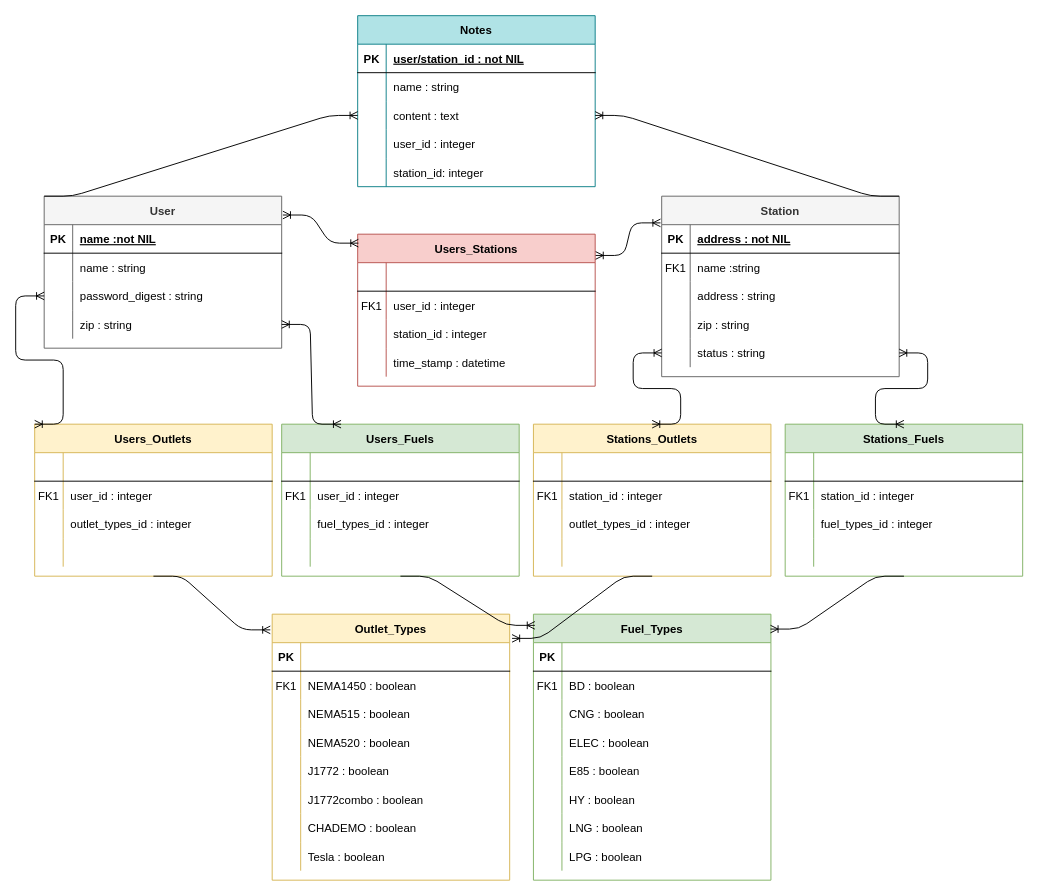
The draw.io diagram Untitled Diagram.drawio in dbrandt1990/Alt_Fuel_Stations_DVB, before the edit. Source tidied: cells renumbered, new cells numbered last; positions are measured from the earlier drawing's top-left corner, leaving out a move shared by most shapes. Both pictures are drawn from the tidied source at 95%, with x=0, y=0 at pixel (34, 15).
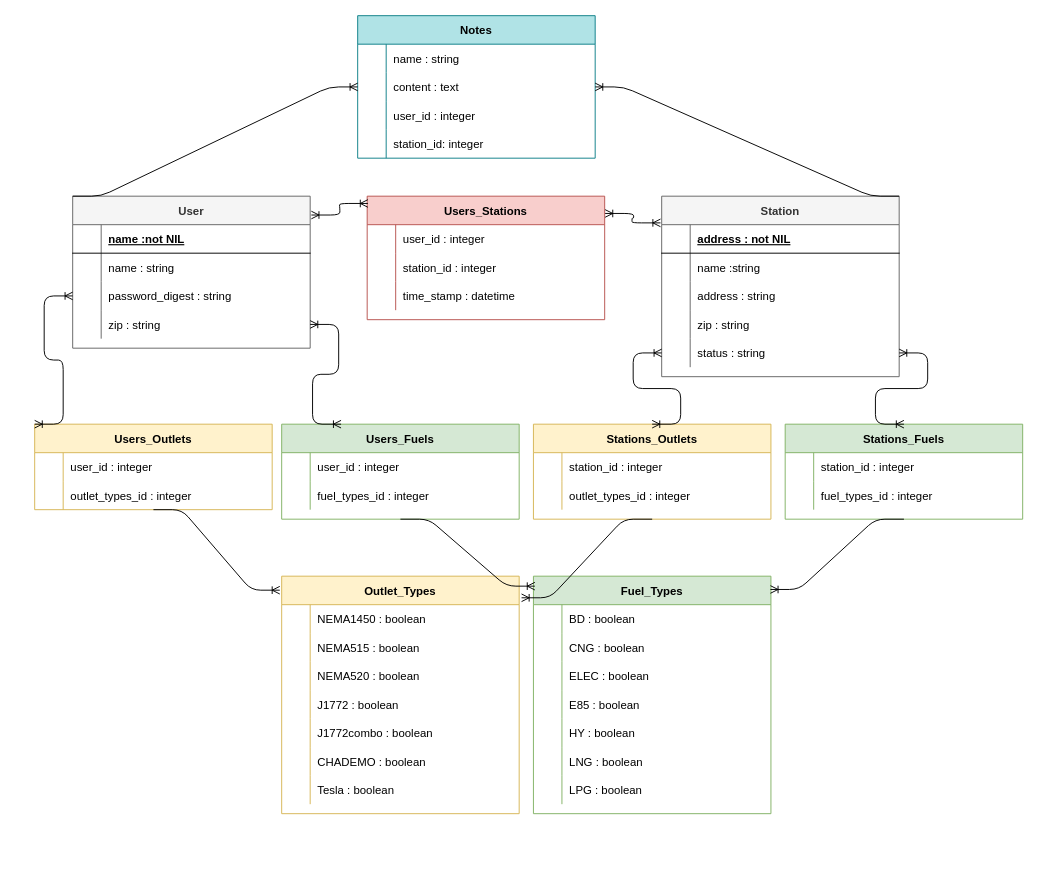
Above is the later version.

The change refers to these unchanged cells:
```xml
<mxCell id="3" style="shape=partialRectangle;fillColor=none;top=0;left=0;right=0;bottom=1;" parent="2" vertex="1">
  <mxGeometry y="30" width="250" height="30" as="geometry" />
</mxCell>
<mxCell id="6" style="shape=partialRectangle;fillColor=none;top=0;left=0;right=0;bottom=0;" parent="2" vertex="1">
  <mxGeometry y="60" width="250" height="30" as="geometry" />
</mxCell>
<mxCell id="32" style="shape=partialRectangle;fillColor=none;top=0;left=0;right=0;bottom=1;" parent="31" vertex="1">
  <mxGeometry y="30" width="250" height="30" as="geometry" />
</mxCell>
```

The edit, as a diff of the source:
```diff
@@
-    <mxCell id="4" value="PK" style="shape=partialRectangle;overflow=hidden;fillColor=none;top=0;left=0;bottom=0;right=0;fontStyle=1;" parent="3" vertex="1">
+    <mxCell id="4" style="shape=partialRectangle;overflow=hidden;fillColor=none;top=0;left=0;bottom=0;right=0;fontStyle=1;" parent="3" vertex="1">
       <mxGeometry width="30" height="30" as="geometry" />
     </mxCell>
@@
-    <mxCell id="7" value="FK1" style="shape=partialRectangle;overflow=hidden;fillColor=none;top=0;left=0;bottom=0;right=0;" parent="6" vertex="1">
+    <mxCell id="7" style="shape=partialRectangle;overflow=hidden;fillColor=none;top=0;left=0;bottom=0;right=0;" parent="6" vertex="1">
       <mxGeometry width="30" height="30" as="geometry" />
     </mxCell>
@@
     <mxCell id="18" value="Users_Stations" style="shape=table;startSize=30;childLayout=tableLayout;rowLines=0;fontStyle=1;align=center;fillColor=#f8cecc;strokeColor=#b85450;" parent="1" vertex="1">
-      <mxGeometry x="340" y="230" width="250" height="160" as="geometry" />
+      <mxGeometry x="350" y="190" width="250" height="130" as="geometry" />
     </mxCell>
-    <mxCell id="19" style="shape=partialRectangle;fillColor=none;top=0;left=0;right=0;bottom=1;" parent="18" vertex="1">
-      <mxGeometry y="30" width="250" height="30" as="geometry" />
-    </mxCell>
-    <mxCell id="20" style="shape=partialRectangle;overflow=hidden;fillColor=none;top=0;left=0;bottom=0;right=0;fontStyle=1;" parent="19" vertex="1">
-      <mxGeometry width="30" height="30" as="geometry" />
-    </mxCell>
-    <mxCell id="21" style="shape=partialRectangle;overflow=hidden;fillColor=none;top=0;left=0;bottom=0;right=0;align=left;spacingLeft=6;fontStyle=5;" parent="19" vertex="1">
-      <mxGeometry x="30" width="220" height="30" as="geometry" />
-    </mxCell>
     <mxCell id="22" style="shape=partialRectangle;fillColor=none;top=0;left=0;right=0;bottom=0;" parent="18" vertex="1">
-      <mxGeometry y="60" width="250" height="30" as="geometry" />
+      <mxGeometry y="30" width="250" height="30" as="geometry" />
     </mxCell>
-    <mxCell id="23" value="FK1" style="shape=partialRectangle;overflow=hidden;fillColor=none;top=0;left=0;bottom=0;right=0;" parent="22" vertex="1">
+    <mxCell id="23" style="shape=partialRectangle;overflow=hidden;fillColor=none;top=0;left=0;bottom=0;right=0;" parent="22" vertex="1">
       <mxGeometry width="30" height="30" as="geometry" />
     </mxCell>
@@
     <mxCell id="25" style="shape=partialRectangle;fillColor=none;top=0;left=0;right=0;bottom=0;" parent="18" vertex="1">
-      <mxGeometry y="90" width="250" height="30" as="geometry" />
+      <mxGeometry y="60" width="250" height="30" as="geometry" />
     </mxCell>
@@
     <mxCell id="28" style="shape=partialRectangle;fillColor=none;top=0;left=0;right=0;bottom=0;" parent="18" vertex="1">
-      <mxGeometry y="120" width="250" height="30" as="geometry" />
+      <mxGeometry y="90" width="250" height="30" as="geometry" />
     </mxCell>
@@
     <mxCell id="31" value="User" style="shape=table;startSize=30;childLayout=tableLayout;rowLines=0;fontStyle=1;align=center;fillColor=#f5f5f5;strokeColor=#666666;fontColor=#333333;" parent="1" vertex="1">
-      <mxGeometry x="10" y="190" width="250" height="160" as="geometry" />
+      <mxGeometry x="40" y="190" width="250" height="160" as="geometry" />
     </mxCell>
@@
-    <mxCell id="33" value="PK" style="shape=partialRectangle;overflow=hidden;fillColor=none;top=0;left=0;bottom=0;right=0;fontStyle=1;" parent="32" vertex="1">
+    <mxCell id="33" style="shape=partialRectangle;overflow=hidden;fillColor=none;top=0;left=0;bottom=0;right=0;fontStyle=1;" parent="32" vertex="1">
       <mxGeometry width="30" height="30" as="geometry" />
     </mxCell>
@@
     <mxCell id="46" value="Notes" style="shape=table;startSize=30;childLayout=tableLayout;rowLines=0;fontStyle=1;align=center;fillColor=#b0e3e6;strokeColor=#0e8088;" parent="1" vertex="1">
-      <mxGeometry x="340" width="250" height="180" as="geometry" />
+      <mxGeometry x="340" width="250" height="150" as="geometry" />
     </mxCell>
-    <mxCell id="47" style="shape=partialRectangle;fillColor=none;top=0;left=0;right=0;bottom=1;" parent="46" vertex="1">
-      <mxGeometry y="30" width="250" height="30" as="geometry" />
-    </mxCell>
-    <mxCell id="48" value="PK" style="shape=partialRectangle;overflow=hidden;fillColor=none;top=0;left=0;bottom=0;right=0;fontStyle=1;" parent="47" vertex="1">
-      <mxGeometry width="30" height="30" as="geometry" />
-    </mxCell>
-    <mxCell id="49" value="user/station_id : not NIL" style="shape=partialRectangle;overflow=hidden;fillColor=none;top=0;left=0;bottom=0;right=0;align=left;spacingLeft=6;fontStyle=5;" parent="47" vertex="1">
-      <mxGeometry x="30" width="220" height="30" as="geometry" />
-    </mxCell>
     <mxCell id="50" style="shape=partialRectangle;fillColor=none;top=0;left=0;right=0;bottom=0;" parent="46" vertex="1">
-      <mxGeometry y="60" width="250" height="30" as="geometry" />
+      <mxGeometry y="30" width="250" height="30" as="geometry" />
     </mxCell>
@@
     <mxCell id="53" style="shape=partialRectangle;fillColor=none;points=[[0,0.5],[1,0.5]];portConstraint=eastwest;top=0;left=0;right=0;bottom=0;" parent="46" vertex="1">
-      <mxGeometry y="90" width="250" height="30" as="geometry" />
+      <mxGeometry y="60" width="250" height="30" as="geometry" />
     </mxCell>
@@
     <mxCell id="56" style="shape=partialRectangle;fillColor=none;top=0;left=0;right=0;bottom=0;" parent="46" vertex="1">
-      <mxGeometry y="120" width="250" height="30" as="geometry" />
+      <mxGeometry y="90" width="250" height="30" as="geometry" />
     </mxCell>
@@
     <mxCell id="59" style="shape=partialRectangle;fillColor=none;top=0;left=0;right=0;bottom=0;" parent="46" vertex="1">
-      <mxGeometry y="150" width="250" height="30" as="geometry" />
+      <mxGeometry y="120" width="250" height="30" as="geometry" />
     </mxCell>
@@
     <mxCell id="64" value="Fuel_Types" style="shape=table;startSize=30;childLayout=tableLayout;rowLines=0;fontStyle=1;align=center;fillColor=#d5e8d4;strokeColor=#82b366;" parent="1" vertex="1">
-      <mxGeometry x="525" y="630" width="250" height="280" as="geometry" />
+      <mxGeometry x="525" y="590" width="250" height="250" as="geometry" />
     </mxCell>
-    <mxCell id="65" style="shape=partialRectangle;fillColor=none;top=0;left=0;right=0;bottom=1;" parent="64" vertex="1">
-      <mxGeometry y="30" width="250" height="30" as="geometry" />
-    </mxCell>
-    <mxCell id="66" value="PK" style="shape=partialRectangle;overflow=hidden;fillColor=none;top=0;left=0;bottom=0;right=0;fontStyle=1;" parent="65" vertex="1">
-      <mxGeometry width="30" height="30" as="geometry" />
-    </mxCell>
-    <mxCell id="67" style="shape=partialRectangle;overflow=hidden;fillColor=none;top=0;left=0;bottom=0;right=0;align=left;spacingLeft=6;fontStyle=5;" parent="65" vertex="1">
-      <mxGeometry x="30" width="220" height="30" as="geometry" />
-    </mxCell>
     <mxCell id="68" style="shape=partialRectangle;fillColor=none;top=0;left=0;right=0;bottom=0;" parent="64" vertex="1">
-      <mxGeometry y="60" width="250" height="30" as="geometry" />
+      <mxGeometry y="30" width="250" height="30" as="geometry" />
     </mxCell>
-    <mxCell id="69" value="FK1" style="shape=partialRectangle;overflow=hidden;fillColor=none;top=0;left=0;bottom=0;right=0;" parent="68" vertex="1">
+    <mxCell id="69" style="shape=partialRectangle;overflow=hidden;fillColor=none;top=0;left=0;bottom=0;right=0;" parent="68" vertex="1">
       <mxGeometry width="30" height="30" as="geometry" />
     </mxCell>
@@
     <mxCell id="71" style="shape=partialRectangle;fillColor=none;top=0;left=0;right=0;bottom=0;" parent="64" vertex="1">
-      <mxGeometry y="90" width="250" height="30" as="geometry" />
+      <mxGeometry y="60" width="250" height="30" as="geometry" />
     </mxCell>
@@
     <mxCell id="74" style="shape=partialRectangle;fillColor=none;top=0;left=0;right=0;bottom=0;" parent="64" vertex="1">
-      <mxGeometry y="120" width="250" height="30" as="geometry" />
+      <mxGeometry y="90" width="250" height="30" as="geometry" />
     </mxCell>
@@
     <mxCell id="77" style="shape=partialRectangle;fillColor=none;top=0;left=0;right=0;bottom=0;" parent="64" vertex="1">
-      <mxGeometry y="150" width="250" height="30" as="geometry" />
+      <mxGeometry y="120" width="250" height="30" as="geometry" />
     </mxCell>
@@
     <mxCell id="80" style="shape=partialRectangle;fillColor=none;top=0;left=0;right=0;bottom=0;" parent="64" vertex="1">
-      <mxGeometry y="180" width="250" height="30" as="geometry" />
+      <mxGeometry y="150" width="250" height="30" as="geometry" />
     </mxCell>
@@
     <mxCell id="83" style="shape=partialRectangle;fillColor=none;top=0;left=0;right=0;bottom=0;" parent="64" vertex="1">
-      <mxGeometry y="210" width="250" height="30" as="geometry" />
+      <mxGeometry y="180" width="250" height="30" as="geometry" />
     </mxCell>
@@
     <mxCell id="86" style="shape=partialRectangle;fillColor=none;top=0;left=0;right=0;bottom=0;" parent="64" vertex="1">
-      <mxGeometry y="240" width="250" height="30" as="geometry" />
+      <mxGeometry y="210" width="250" height="30" as="geometry" />
     </mxCell>
@@
     <mxCell id="89" value="Outlet_Types" style="shape=table;startSize=30;childLayout=tableLayout;rowLines=0;fontStyle=1;align=center;fillColor=#fff2cc;strokeColor=#d6b656;" parent="1" vertex="1">
-      <mxGeometry x="250" y="630" width="250" height="280" as="geometry" />
+      <mxGeometry x="260" y="590" width="250" height="250" as="geometry" />
     </mxCell>
-    <mxCell id="90" style="shape=partialRectangle;fillColor=none;top=0;left=0;right=0;bottom=1;" parent="89" vertex="1">
-      <mxGeometry y="30" width="250" height="30" as="geometry" />
-    </mxCell>
-    <mxCell id="91" value="PK" style="shape=partialRectangle;overflow=hidden;fillColor=none;top=0;left=0;bottom=0;right=0;fontStyle=1;" parent="90" vertex="1">
-      <mxGeometry width="30" height="30" as="geometry" />
-    </mxCell>
-    <mxCell id="92" style="shape=partialRectangle;overflow=hidden;fillColor=none;top=0;left=0;bottom=0;right=0;align=left;spacingLeft=6;fontStyle=5;" parent="90" vertex="1">
-      <mxGeometry x="30" width="220" height="30" as="geometry" />
-    </mxCell>
     <mxCell id="93" style="shape=partialRectangle;fillColor=none;top=0;left=0;right=0;bottom=0;" parent="89" vertex="1">
-      <mxGeometry y="60" width="250" height="30" as="geometry" />
+      <mxGeometry y="30" width="250" height="30" as="geometry" />
     </mxCell>
-    <mxCell id="94" value="FK1" style="shape=partialRectangle;overflow=hidden;fillColor=none;top=0;left=0;bottom=0;right=0;" parent="93" vertex="1">
+    <mxCell id="94" style="shape=partialRectangle;overflow=hidden;fillColor=none;top=0;left=0;bottom=0;right=0;" parent="93" vertex="1">
       <mxGeometry width="30" height="30" as="geometry" />
     </mxCell>
@@
     <mxCell id="96" style="shape=partialRectangle;fillColor=none;top=0;left=0;right=0;bottom=0;" parent="89" vertex="1">
-      <mxGeometry y="90" width="250" height="30" as="geometry" />
+      <mxGeometry y="60" width="250" height="30" as="geometry" />
     </mxCell>
@@
     <mxCell id="99" style="shape=partialRectangle;fillColor=none;top=0;left=0;right=0;bottom=0;" parent="89" vertex="1">
-      <mxGeometry y="120" width="250" height="30" as="geometry" />
+      <mxGeometry y="90" width="250" height="30" as="geometry" />
     </mxCell>
@@
     <mxCell id="102" style="shape=partialRectangle;fillColor=none;top=0;left=0;right=0;bottom=0;" parent="89" vertex="1">
-      <mxGeometry y="150" width="250" height="30" as="geometry" />
+      <mxGeometry y="120" width="250" height="30" as="geometry" />
     </mxCell>
@@
     <mxCell id="105" style="shape=partialRectangle;fillColor=none;top=0;left=0;right=0;bottom=0;" parent="89" vertex="1">
-      <mxGeometry y="180" width="250" height="30" as="geometry" />
+      <mxGeometry y="150" width="250" height="30" as="geometry" />
     </mxCell>
@@
     <mxCell id="108" style="shape=partialRectangle;fillColor=none;top=0;left=0;right=0;bottom=0;" parent="89" vertex="1">
-      <mxGeometry y="210" width="250" height="30" as="geometry" />
+      <mxGeometry y="180" width="250" height="30" as="geometry" />
     </mxCell>
@@
     <mxCell id="111" style="shape=partialRectangle;fillColor=none;top=0;left=0;right=0;bottom=0;" parent="89" vertex="1">
-      <mxGeometry y="240" width="250" height="30" as="geometry" />
+      <mxGeometry y="210" width="250" height="30" as="geometry" />
     </mxCell>
@@
     <mxCell id="114" value="Users_Fuels" style="shape=table;startSize=30;childLayout=tableLayout;rowLines=0;fontStyle=1;align=center;fillColor=#d5e8d4;strokeColor=#82b366;" parent="1" vertex="1">
-      <mxGeometry x="260" y="430" width="250" height="160" as="geometry" />
+      <mxGeometry x="260" y="430" width="250" height="100" as="geometry" />
     </mxCell>
-    <mxCell id="115" style="shape=partialRectangle;fillColor=none;top=0;left=0;right=0;bottom=1;" parent="114" vertex="1">
-      <mxGeometry y="30" width="250" height="30" as="geometry" />
-    </mxCell>
-    <mxCell id="116" style="shape=partialRectangle;overflow=hidden;fillColor=none;top=0;left=0;bottom=0;right=0;fontStyle=1;" parent="115" vertex="1">
-      <mxGeometry width="30" height="30" as="geometry" />
-    </mxCell>
-    <mxCell id="117" style="shape=partialRectangle;overflow=hidden;fillColor=none;top=0;left=0;bottom=0;right=0;align=left;spacingLeft=6;fontStyle=5;" parent="115" vertex="1">
-      <mxGeometry x="30" width="220" height="30" as="geometry" />
-    </mxCell>
     <mxCell id="118" style="shape=partialRectangle;fillColor=none;top=0;left=0;right=0;bottom=0;" parent="114" vertex="1">
-      <mxGeometry y="60" width="250" height="30" as="geometry" />
+      <mxGeometry y="30" width="250" height="30" as="geometry" />
     </mxCell>
-    <mxCell id="119" value="FK1" style="shape=partialRectangle;overflow=hidden;fillColor=none;top=0;left=0;bottom=0;right=0;" parent="118" vertex="1">
+    <mxCell id="119" style="shape=partialRectangle;overflow=hidden;fillColor=none;top=0;left=0;bottom=0;right=0;" parent="118" vertex="1">
       <mxGeometry width="30" height="30" as="geometry" />
     </mxCell>
@@
     <mxCell id="121" style="shape=partialRectangle;fillColor=none;top=0;left=0;right=0;bottom=0;" parent="114" vertex="1">
-      <mxGeometry y="90" width="250" height="30" as="geometry" />
+      <mxGeometry y="60" width="250" height="30" as="geometry" />
     </mxCell>
@@
-    <mxCell id="124" style="shape=partialRectangle;fillColor=none;top=0;left=0;right=0;bottom=0;" parent="114" vertex="1">
-      <mxGeometry y="120" width="250" height="30" as="geometry" />
-    </mxCell>
-    <mxCell id="125" style="shape=partialRectangle;overflow=hidden;fillColor=none;top=0;left=0;bottom=0;right=0;" parent="124" vertex="1">
-      <mxGeometry width="30" height="30" as="geometry" />
-    </mxCell>
-    <mxCell id="126" style="shape=partialRectangle;overflow=hidden;fillColor=none;top=0;left=0;bottom=0;right=0;align=left;spacingLeft=6;" parent="124" vertex="1">
-      <mxGeometry x="30" width="220" height="30" as="geometry" />
-    </mxCell>
     <mxCell id="127" value="Users_Outlets" style="shape=table;startSize=30;childLayout=tableLayout;rowLines=0;fontStyle=1;align=center;fillColor=#fff2cc;strokeColor=#d6b656;" parent="1" vertex="1">
-      <mxGeometry y="430" width="250" height="160" as="geometry" />
+      <mxGeometry y="430" width="250" height="90" as="geometry" />
     </mxCell>
-    <mxCell id="128" style="shape=partialRectangle;fillColor=none;top=0;left=0;right=0;bottom=1;" parent="127" vertex="1">
-      <mxGeometry y="30" width="250" height="30" as="geometry" />
-    </mxCell>
-    <mxCell id="129" style="shape=partialRectangle;overflow=hidden;fillColor=none;top=0;left=0;bottom=0;right=0;fontStyle=1;" parent="128" vertex="1">
-      <mxGeometry width="30" height="30" as="geometry" />
-    </mxCell>
-    <mxCell id="130" style="shape=partialRectangle;overflow=hidden;fillColor=none;top=0;left=0;bottom=0;right=0;align=left;spacingLeft=6;fontStyle=5;" parent="128" vertex="1">
-      <mxGeometry x="30" width="220" height="30" as="geometry" />
-    </mxCell>
     <mxCell id="131" style="shape=partialRectangle;fillColor=none;top=0;left=0;right=0;bottom=0;" parent="127" vertex="1">
-      <mxGeometry y="60" width="250" height="30" as="geometry" />
+      <mxGeometry y="30" width="250" height="30" as="geometry" />
     </mxCell>
-    <mxCell id="132" value="FK1" style="shape=partialRectangle;overflow=hidden;fillColor=none;top=0;left=0;bottom=0;right=0;" parent="131" vertex="1">
+    <mxCell id="132" style="shape=partialRectangle;overflow=hidden;fillColor=none;top=0;left=0;bottom=0;right=0;" parent="131" vertex="1">
       <mxGeometry width="30" height="30" as="geometry" />
     </mxCell>
@@
     <mxCell id="134" style="shape=partialRectangle;fillColor=none;top=0;left=0;right=0;bottom=0;" parent="127" vertex="1">
-      <mxGeometry y="90" width="250" height="30" as="geometry" />
+      <mxGeometry y="60" width="250" height="30" as="geometry" />
     </mxCell>
@@
-    <mxCell id="137" style="shape=partialRectangle;fillColor=none;top=0;left=0;right=0;bottom=0;" parent="127" vertex="1">
-      <mxGeometry y="120" width="250" height="30" as="geometry" />
-    </mxCell>
-    <mxCell id="138" style="shape=partialRectangle;overflow=hidden;fillColor=none;top=0;left=0;bottom=0;right=0;" parent="137" vertex="1">
-      <mxGeometry width="30" height="30" as="geometry" />
-    </mxCell>
-    <mxCell id="139" style="shape=partialRectangle;overflow=hidden;fillColor=none;top=0;left=0;bottom=0;right=0;align=left;spacingLeft=6;" parent="137" vertex="1">
-      <mxGeometry x="30" width="220" height="30" as="geometry" />
-    </mxCell>
     <mxCell id="140" value="Stations_Outlets" style="shape=table;startSize=30;childLayout=tableLayout;rowLines=0;fontStyle=1;align=center;fillColor=#fff2cc;strokeColor=#d6b656;" parent="1" vertex="1">
-      <mxGeometry x="525" y="430" width="250" height="160" as="geometry" />
+      <mxGeometry x="525" y="430" width="250" height="100" as="geometry" />
     </mxCell>
-    <mxCell id="141" style="shape=partialRectangle;fillColor=none;top=0;left=0;right=0;bottom=1;" parent="140" vertex="1">
-      <mxGeometry y="30" width="250" height="30" as="geometry" />
-    </mxCell>
-    <mxCell id="142" style="shape=partialRectangle;overflow=hidden;fillColor=none;top=0;left=0;bottom=0;right=0;fontStyle=1;" parent="141" vertex="1">
-      <mxGeometry width="30" height="30" as="geometry" />
-    </mxCell>
-    <mxCell id="143" style="shape=partialRectangle;overflow=hidden;fillColor=none;top=0;left=0;bottom=0;right=0;align=left;spacingLeft=6;fontStyle=5;" parent="141" vertex="1">
-      <mxGeometry x="30" width="220" height="30" as="geometry" />
-    </mxCell>
     <mxCell id="144" style="shape=partialRectangle;fillColor=none;top=0;left=0;right=0;bottom=0;" parent="140" vertex="1">
-      <mxGeometry y="60" width="250" height="30" as="geometry" />
+      <mxGeometry y="30" width="250" height="30" as="geometry" />
     </mxCell>
-    <mxCell id="145" value="FK1" style="shape=partialRectangle;overflow=hidden;fillColor=none;top=0;left=0;bottom=0;right=0;" parent="144" vertex="1">
+    <mxCell id="145" style="shape=partialRectangle;overflow=hidden;fillColor=none;top=0;left=0;bottom=0;right=0;" parent="144" vertex="1">
       <mxGeometry width="30" height="30" as="geometry" />
     </mxCell>
@@
     <mxCell id="147" style="shape=partialRectangle;fillColor=none;top=0;left=0;right=0;bottom=0;" parent="140" vertex="1">
-      <mxGeometry y="90" width="250" height="30" as="geometry" />
+      <mxGeometry y="60" width="250" height="30" as="geometry" />
     </mxCell>
@@
-    <mxCell id="150" style="shape=partialRectangle;fillColor=none;top=0;left=0;right=0;bottom=0;" parent="140" vertex="1">
-      <mxGeometry y="120" width="250" height="30" as="geometry" />
-    </mxCell>
-    <mxCell id="151" style="shape=partialRectangle;overflow=hidden;fillColor=none;top=0;left=0;bottom=0;right=0;" parent="150" vertex="1">
-      <mxGeometry width="30" height="30" as="geometry" />
-    </mxCell>
-    <mxCell id="152" style="shape=partialRectangle;overflow=hidden;fillColor=none;top=0;left=0;bottom=0;right=0;align=left;spacingLeft=6;" parent="150" vertex="1">
-      <mxGeometry x="30" width="220" height="30" as="geometry" />
-    </mxCell>
     <mxCell id="153" value="Stations_Fuels" style="shape=table;startSize=30;childLayout=tableLayout;rowLines=0;fontStyle=1;align=center;fillColor=#d5e8d4;strokeColor=#82b366;" parent="1" vertex="1">
-      <mxGeometry x="790" y="430" width="250" height="160" as="geometry" />
+      <mxGeometry x="790" y="430" width="250" height="100" as="geometry" />
     </mxCell>
-    <mxCell id="154" style="shape=partialRectangle;fillColor=none;top=0;left=0;right=0;bottom=1;" parent="153" vertex="1">
-      <mxGeometry y="30" width="250" height="30" as="geometry" />
-    </mxCell>
-    <mxCell id="155" style="shape=partialRectangle;overflow=hidden;fillColor=none;top=0;left=0;bottom=0;right=0;fontStyle=1;" parent="154" vertex="1">
-      <mxGeometry width="30" height="30" as="geometry" />
-    </mxCell>
-    <mxCell id="156" style="shape=partialRectangle;overflow=hidden;fillColor=none;top=0;left=0;bottom=0;right=0;align=left;spacingLeft=6;fontStyle=5;" parent="154" vertex="1">
-      <mxGeometry x="30" width="220" height="30" as="geometry" />
-    </mxCell>
     <mxCell id="157" style="shape=partialRectangle;fillColor=none;top=0;left=0;right=0;bottom=0;" parent="153" vertex="1">
-      <mxGeometry y="60" width="250" height="30" as="geometry" />
+      <mxGeometry y="30" width="250" height="30" as="geometry" />
     </mxCell>
-    <mxCell id="158" value="FK1" style="shape=partialRectangle;overflow=hidden;fillColor=none;top=0;left=0;bottom=0;right=0;" parent="157" vertex="1">
+    <mxCell id="158" style="shape=partialRectangle;overflow=hidden;fillColor=none;top=0;left=0;bottom=0;right=0;" parent="157" vertex="1">
       <mxGeometry width="30" height="30" as="geometry" />
     </mxCell>
@@
     <mxCell id="160" style="shape=partialRectangle;fillColor=none;top=0;left=0;right=0;bottom=0;" parent="153" vertex="1">
-      <mxGeometry y="90" width="250" height="30" as="geometry" />
+      <mxGeometry y="60" width="250" height="30" as="geometry" />
     </mxCell>
@@
-    <mxCell id="163" style="shape=partialRectangle;fillColor=none;top=0;left=0;right=0;bottom=0;" parent="153" vertex="1">
-      <mxGeometry y="120" width="250" height="30" as="geometry" />
-    </mxCell>
-    <mxCell id="164" style="shape=partialRectangle;overflow=hidden;fillColor=none;top=0;left=0;bottom=0;right=0;" parent="163" vertex="1">
-      <mxGeometry width="30" height="30" as="geometry" />
-    </mxCell>
-    <mxCell id="165" style="shape=partialRectangle;overflow=hidden;fillColor=none;top=0;left=0;bottom=0;right=0;align=left;spacingLeft=6;" parent="163" vertex="1">
-      <mxGeometry x="30" width="220" height="30" as="geometry" />
-    </mxCell>
```
